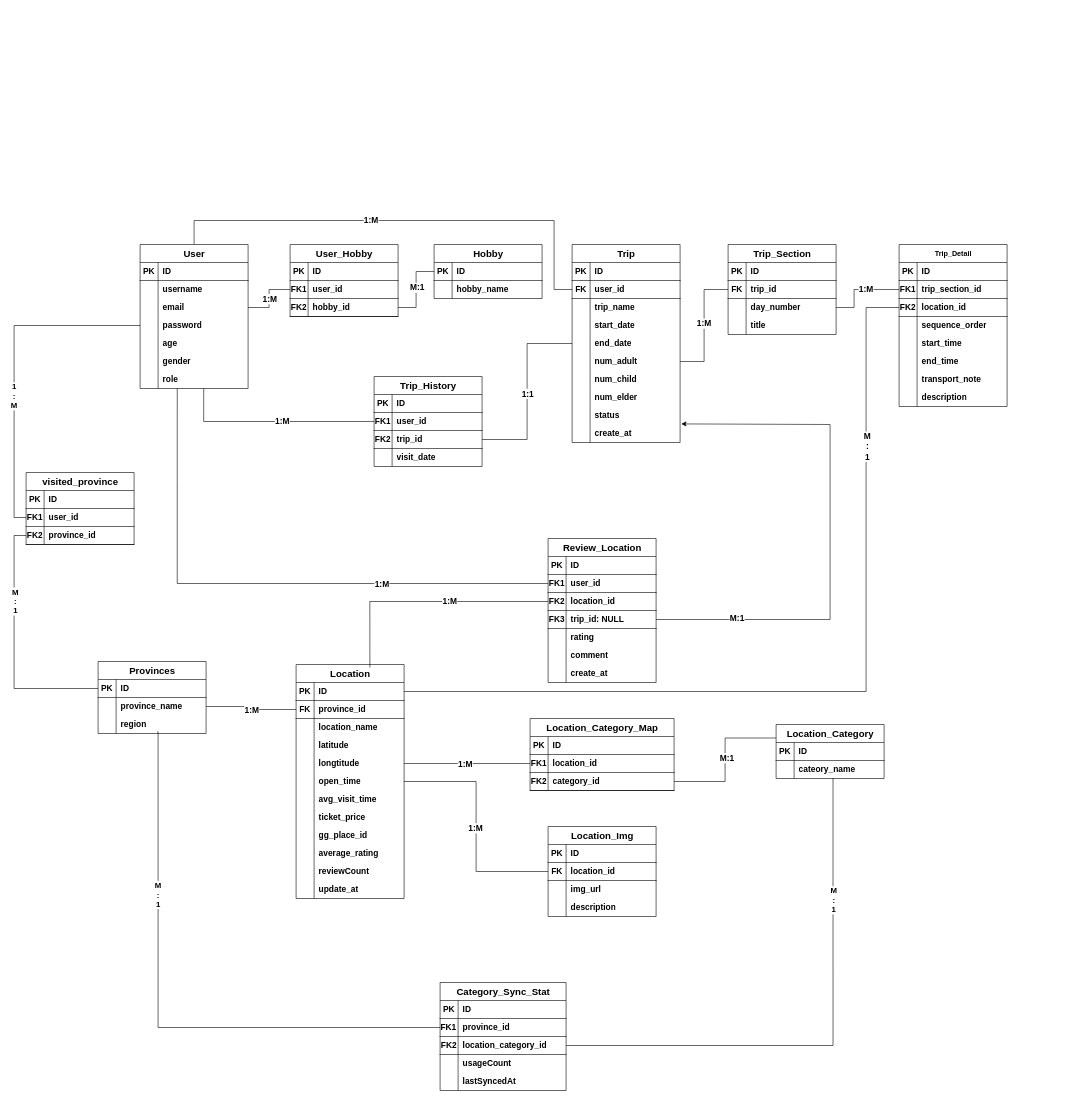
The draw.io diagram Database_Design/database.drawio in Quanbro07/Loko-Project, before the edit. Source tidied: cells renumbered, new cells numbered last; positions are measured from the earlier drawing's top-left corner, leaving out a move shared by most shapes. Both pictures are drawn from the tidied source at 60%, with x=0, y=0 at pixel (26, 220).
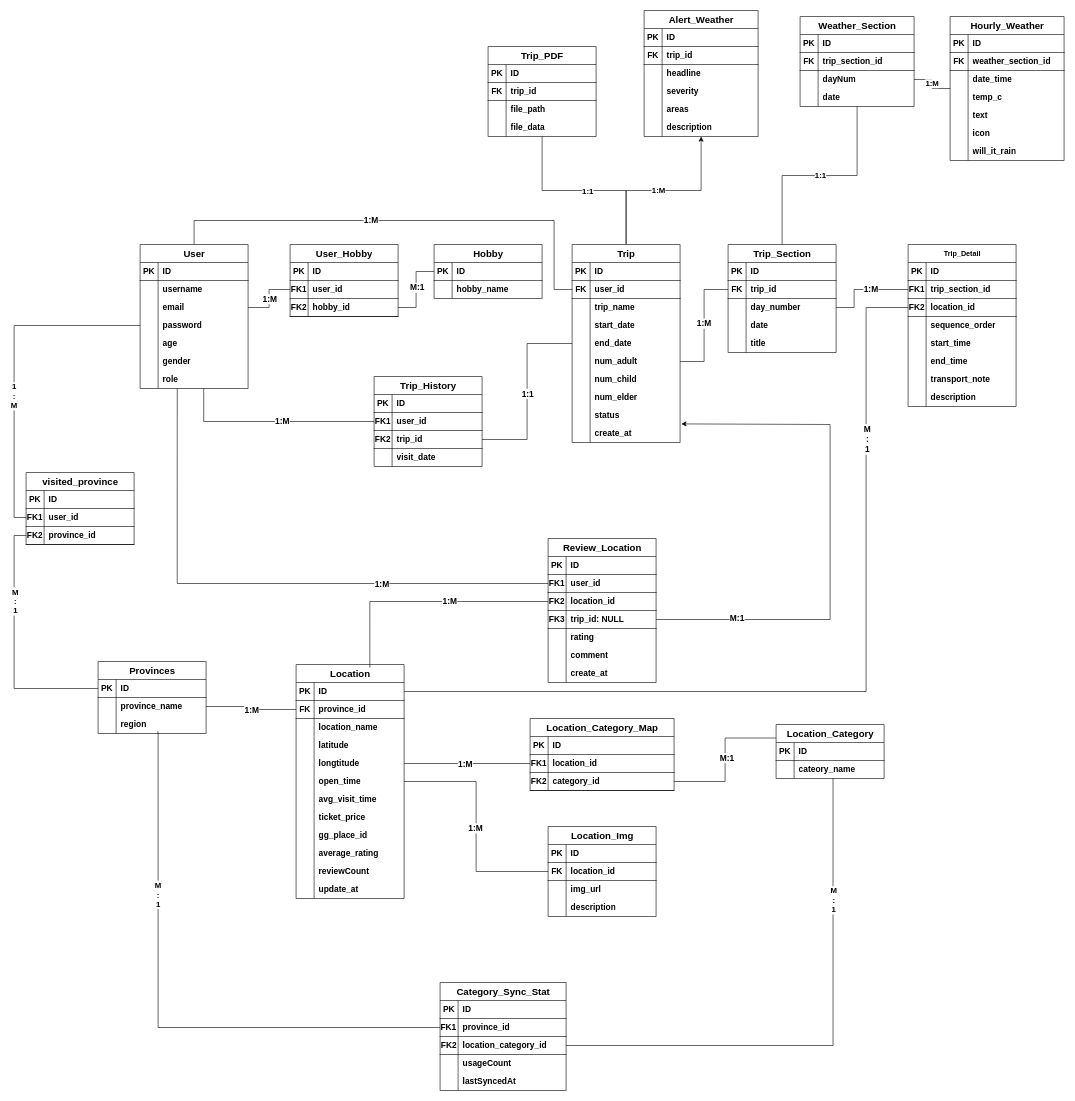
After the change.

The change refers to these unchanged cells:
```xml
<mxCell id="107" value="&lt;font style=&quot;font-size: 16px;&quot;&gt;Trip&lt;/font&gt;" style="shape=table;startSize=30;childLayout=tableLayout;rowLines=0;fontStyle=1;align=center;html=1;" parent="1" vertex="1">
  <mxGeometry x="910" y="40" width="180" height="330" as="geometry" />
</mxCell>
<mxCell id="148" style="shape=tableRow;horizontal=0;startSize=0;swimlaneHead=0;swimlaneBody=0;fillColor=none;top=0;left=0;right=0;bottom=0;" parent="138" vertex="1">
  <mxGeometry y="120" width="180" height="30" as="geometry" />
</mxCell>
```

Change to the diagram source:
```diff
@@
+    <mxCell id="286" style="edgeStyle=orthogonalEdgeStyle;rounded=0;jettySize=auto;html=1;exitX=0.5;exitY=0;exitDx=0;exitDy=0;entryX=0.5;entryY=1;entryDx=0;entryDy=0;strokeWidth=1;endArrow=none;endFill=0;" parent="1" edge="1" source="107" target="295">
+      <mxGeometry relative="1" as="geometry" />
+    </mxCell>
+    <mxCell id="287" value="&lt;span style=&quot;font-size: 13px;&quot;&gt;&lt;b&gt;1:1&lt;/b&gt;&lt;/span&gt;" style="edgeLabel;html=1;align=center;verticalAlign=middle;" parent="286" vertex="1">
+      <mxGeometry x="-0.03" y="1" relative="1" as="geometry" />
+    </mxCell>
+    <mxCell id="288" style="edgeStyle=orthogonalEdgeStyle;rounded=0;jettySize=auto;html=1;exitX=0.5;exitY=0;exitDx=0;exitDy=0;" parent="1" edge="1" source="107" target="345">
+      <mxGeometry relative="1" as="geometry" />
+    </mxCell>
+    <mxCell id="289" value="&lt;b&gt;&lt;font style=&quot;font-size: 13px;&quot;&gt;1:M&lt;/font&gt;&lt;/b&gt;" style="edgeLabel;html=1;align=center;verticalAlign=middle;" parent="288" vertex="1">
+      <mxGeometry x="-0.06" y="1" relative="1" as="geometry" />
+    </mxCell>
@@
+    <mxCell id="290" style="edgeStyle=orthogonalEdgeStyle;rounded=0;jettySize=auto;html=1;exitX=0.5;exitY=0;exitDx=0;exitDy=0;endArrow=none;endFill=0;" parent="1" edge="1" source="138" target="308">
+      <mxGeometry relative="1" as="geometry" />
+    </mxCell>
+    <mxCell id="291" value="&lt;span style=&quot;font-size: 13px;&quot;&gt;&lt;b&gt;1:1&lt;/b&gt;&lt;/span&gt;" style="edgeLabel;html=1;align=center;verticalAlign=middle;" parent="290" vertex="1">
+      <mxGeometry y="1" relative="1" as="geometry" />
+    </mxCell>
     <mxCell id="138" value="&lt;font style=&quot;font-size: 16px;&quot;&gt;Trip_Section&lt;/font&gt;" style="shape=table;startSize=30;childLayout=tableLayout;rowLines=0;fontStyle=1;align=center;html=1;" parent="1" vertex="1">
-      <mxGeometry x="1170" y="40" width="180" height="150" as="geometry" />
+      <mxGeometry x="1170" y="40" width="180" height="180" as="geometry" />
     </mxCell>
@@
-    <mxCell id="150" value="title" style="shape=partialRectangle;fillColor=none;top=0;left=0;bottom=0;right=0;align=left;spacingLeft=6;overflow=hidden;whiteSpace=wrap;html=1;fontStyle=1;fontSize=14;" parent="148" vertex="1">
+    <mxCell id="150" value="date" style="shape=partialRectangle;fillColor=none;top=0;left=0;bottom=0;right=0;align=left;spacingLeft=6;overflow=hidden;whiteSpace=wrap;html=1;fontStyle=1;fontSize=14;" parent="148" vertex="1">
       <mxGeometry x="30" width="150" height="30" as="geometry" />
     </mxCell>
+    <mxCell id="292" style="shape=tableRow;horizontal=0;startSize=0;swimlaneHead=0;swimlaneBody=0;fillColor=none;top=0;left=0;right=0;bottom=0;" parent="138" vertex="1">
+      <mxGeometry y="150" width="180" height="30" as="geometry" />
+    </mxCell>
+    <mxCell id="293" style="shape=partialRectangle;fillColor=none;top=0;left=0;bottom=0;right=0;overflow=hidden;whiteSpace=wrap;html=1;" parent="292" vertex="1">
+      <mxGeometry width="30" height="30" as="geometry" />
+    </mxCell>
+    <mxCell id="294" value="title" style="shape=partialRectangle;fillColor=none;top=0;left=0;bottom=0;right=0;align=left;spacingLeft=6;overflow=hidden;whiteSpace=wrap;html=1;fontStyle=1;fontSize=14;" parent="292" vertex="1">
+      <mxGeometry x="30" width="150" height="30" as="geometry" />
+    </mxCell>
     <mxCell id="151" value="Trip_Detail" style="shape=table;startSize=30;childLayout=tableLayout;rowLines=0;fontStyle=1;align=center;html=1;" parent="1" vertex="1">
-      <mxGeometry x="1455" y="40" width="180" height="270" as="geometry" />
+      <mxGeometry x="1470" y="40" width="180" height="270" as="geometry" />
     </mxCell>
@@
+    <mxCell id="295" value="&lt;font style=&quot;font-size: 16px;&quot;&gt;Trip_PDF&lt;/font&gt;" style="shape=table;startSize=30;childLayout=tableLayout;rowLines=0;fontStyle=1;align=center;html=1;" parent="1" vertex="1">
+      <mxGeometry x="770" y="-290" width="180" height="150" as="geometry" />
+    </mxCell>
+    <mxCell id="296" style="shape=tableRow;horizontal=0;startSize=0;swimlaneHead=0;swimlaneBody=0;fillColor=none;top=0;left=0;right=0;bottom=1;" parent="295" vertex="1">
+      <mxGeometry y="30" width="180" height="30" as="geometry" />
+    </mxCell>
+    <mxCell id="297" value="PK" style="shape=partialRectangle;fillColor=none;top=0;left=0;bottom=0;right=0;fontStyle=1;overflow=hidden;whiteSpace=wrap;html=1;fontSize=14;" parent="296" vertex="1">
+      <mxGeometry width="30" height="30" as="geometry" />
+    </mxCell>
+    <mxCell id="298" value="ID" style="shape=partialRectangle;fillColor=none;top=0;left=0;bottom=0;right=0;align=left;spacingLeft=6;fontStyle=1;overflow=hidden;whiteSpace=wrap;html=1;fontSize=14;" parent="296" vertex="1">
+      <mxGeometry x="30" width="150" height="30" as="geometry" />
+    </mxCell>
+    <mxCell id="299" style="shape=tableRow;horizontal=0;startSize=0;swimlaneHead=0;swimlaneBody=0;fillColor=none;top=0;left=0;right=0;bottom=1;" parent="295" vertex="1">
+      <mxGeometry y="60" width="180" height="30" as="geometry" />
+    </mxCell>
+    <mxCell id="300" value="FK" style="shape=partialRectangle;fillColor=none;top=0;left=0;bottom=0;right=0;fontStyle=1;overflow=hidden;whiteSpace=wrap;html=1;fontSize=14;" parent="299" vertex="1">
+      <mxGeometry width="30" height="30" as="geometry" />
+    </mxCell>
+    <mxCell id="301" value="trip_id" style="shape=partialRectangle;fillColor=none;top=0;left=0;bottom=0;right=0;align=left;spacingLeft=6;fontStyle=1;overflow=hidden;whiteSpace=wrap;html=1;fontSize=14;" parent="299" vertex="1">
+      <mxGeometry x="30" width="150" height="30" as="geometry" />
+    </mxCell>
+    <mxCell id="302" style="shape=tableRow;horizontal=0;startSize=0;swimlaneHead=0;swimlaneBody=0;fillColor=none;top=0;left=0;right=0;bottom=0;" parent="295" vertex="1">
+      <mxGeometry y="90" width="180" height="30" as="geometry" />
+    </mxCell>
+    <mxCell id="303" style="shape=partialRectangle;fillColor=none;top=0;left=0;bottom=0;right=0;overflow=hidden;whiteSpace=wrap;html=1;" parent="302" vertex="1">
+      <mxGeometry width="30" height="30" as="geometry" />
+    </mxCell>
+    <mxCell id="304" value="file_path" style="shape=partialRectangle;fillColor=none;top=0;left=0;bottom=0;right=0;align=left;spacingLeft=6;overflow=hidden;whiteSpace=wrap;html=1;fontStyle=1;fontSize=14;" parent="302" vertex="1">
+      <mxGeometry x="30" width="150" height="30" as="geometry" />
+    </mxCell>
+    <mxCell id="305" style="shape=tableRow;horizontal=0;startSize=0;swimlaneHead=0;swimlaneBody=0;fillColor=none;top=0;left=0;right=0;bottom=0;" parent="295" vertex="1">
+      <mxGeometry y="120" width="180" height="30" as="geometry" />
+    </mxCell>
+    <mxCell id="306" style="shape=partialRectangle;fillColor=none;top=0;left=0;bottom=0;right=0;overflow=hidden;whiteSpace=wrap;html=1;" parent="305" vertex="1">
+      <mxGeometry width="30" height="30" as="geometry" />
+    </mxCell>
+    <mxCell id="307" value="file_data" style="shape=partialRectangle;fillColor=none;top=0;left=0;bottom=0;right=0;align=left;spacingLeft=6;overflow=hidden;whiteSpace=wrap;html=1;fontStyle=1;fontSize=14;" parent="305" vertex="1">
+      <mxGeometry x="30" width="150" height="30" as="geometry" />
+    </mxCell>
+    <mxCell id="308" value="&lt;font style=&quot;font-size: 16px;&quot;&gt;Weather_Section&lt;/font&gt;" style="shape=table;startSize=30;childLayout=tableLayout;rowLines=0;fontStyle=1;align=center;html=1;" parent="1" vertex="1">
+      <mxGeometry x="1290" y="-340" width="190" height="150" as="geometry" />
+    </mxCell>
+    <mxCell id="309" style="shape=tableRow;horizontal=0;startSize=0;swimlaneHead=0;swimlaneBody=0;fillColor=none;top=0;left=0;right=0;bottom=1;" parent="308" vertex="1">
+      <mxGeometry y="30" width="190" height="30" as="geometry" />
+    </mxCell>
+    <mxCell id="310" value="PK" style="shape=partialRectangle;fillColor=none;top=0;left=0;bottom=0;right=0;fontStyle=1;overflow=hidden;whiteSpace=wrap;html=1;fontSize=14;" parent="309" vertex="1">
+      <mxGeometry width="30" height="30" as="geometry" />
+    </mxCell>
+    <mxCell id="311" value="ID" style="shape=partialRectangle;fillColor=none;top=0;left=0;bottom=0;right=0;align=left;spacingLeft=6;fontStyle=1;overflow=hidden;whiteSpace=wrap;html=1;fontSize=14;" parent="309" vertex="1">
+      <mxGeometry x="30" width="160" height="30" as="geometry" />
+    </mxCell>
+    <mxCell id="312" style="shape=tableRow;horizontal=0;startSize=0;swimlaneHead=0;swimlaneBody=0;fillColor=none;top=0;left=0;right=0;bottom=1;" parent="308" vertex="1">
+      <mxGeometry y="60" width="190" height="30" as="geometry" />
+    </mxCell>
+    <mxCell id="313" value="FK" style="shape=partialRectangle;fillColor=none;top=0;left=0;bottom=0;right=0;fontStyle=1;overflow=hidden;whiteSpace=wrap;html=1;fontSize=14;" parent="312" vertex="1">
+      <mxGeometry width="30" height="30" as="geometry" />
+    </mxCell>
+    <mxCell id="314" value="trip_section_id" style="shape=partialRectangle;fillColor=none;top=0;left=0;bottom=0;right=0;align=left;spacingLeft=6;fontStyle=1;overflow=hidden;whiteSpace=wrap;html=1;fontSize=14;" parent="312" vertex="1">
+      <mxGeometry x="30" width="160" height="30" as="geometry" />
+    </mxCell>
+    <mxCell id="315" style="shape=tableRow;horizontal=0;startSize=0;swimlaneHead=0;swimlaneBody=0;fillColor=none;points=[[0,0.5],[1,0.5]];portConstraint=eastwest;top=0;left=0;right=0;bottom=0;" parent="308" vertex="1">
+      <mxGeometry y="90" width="190" height="30" as="geometry" />
+    </mxCell>
+    <mxCell id="316" style="shape=partialRectangle;fillColor=none;top=0;left=0;bottom=0;right=0;overflow=hidden;whiteSpace=wrap;html=1;" parent="315" vertex="1">
+      <mxGeometry width="30" height="30" as="geometry" />
+    </mxCell>
+    <mxCell id="317" value="dayNum" style="shape=partialRectangle;fillColor=none;top=0;left=0;bottom=0;right=0;align=left;spacingLeft=6;overflow=hidden;whiteSpace=wrap;html=1;fontStyle=1;fontSize=14;" parent="315" vertex="1">
+      <mxGeometry x="30" width="160" height="30" as="geometry" />
+    </mxCell>
+    <mxCell id="318" style="shape=tableRow;horizontal=0;startSize=0;swimlaneHead=0;swimlaneBody=0;fillColor=none;top=0;left=0;right=0;bottom=0;" parent="308" vertex="1">
+      <mxGeometry y="120" width="190" height="30" as="geometry" />
+    </mxCell>
+    <mxCell id="319" style="shape=partialRectangle;fillColor=none;top=0;left=0;bottom=0;right=0;overflow=hidden;whiteSpace=wrap;html=1;" parent="318" vertex="1">
+      <mxGeometry width="30" height="30" as="geometry" />
+    </mxCell>
+    <mxCell id="320" value="date" style="shape=partialRectangle;fillColor=none;top=0;left=0;bottom=0;right=0;align=left;spacingLeft=6;overflow=hidden;whiteSpace=wrap;html=1;fontStyle=1;fontSize=14;" parent="318" vertex="1">
+      <mxGeometry x="30" width="160" height="30" as="geometry" />
+    </mxCell>
+    <mxCell id="321" value="&lt;font style=&quot;font-size: 16px;&quot;&gt;Hourly_Weather&lt;/font&gt;" style="shape=table;startSize=30;childLayout=tableLayout;rowLines=0;fontStyle=1;align=center;html=1;" parent="1" vertex="1">
+      <mxGeometry x="1540" y="-340" width="190" height="240" as="geometry" />
+    </mxCell>
+    <mxCell id="322" style="shape=tableRow;horizontal=0;startSize=0;swimlaneHead=0;swimlaneBody=0;fillColor=none;top=0;left=0;right=0;bottom=1;" parent="321" vertex="1">
+      <mxGeometry y="30" width="190" height="30" as="geometry" />
+    </mxCell>
+    <mxCell id="323" value="PK" style="shape=partialRectangle;fillColor=none;top=0;left=0;bottom=0;right=0;fontStyle=1;overflow=hidden;whiteSpace=wrap;html=1;fontSize=14;" parent="322" vertex="1">
+      <mxGeometry width="30" height="30" as="geometry" />
+    </mxCell>
+    <mxCell id="324" value="ID" style="shape=partialRectangle;fillColor=none;top=0;left=0;bottom=0;right=0;align=left;spacingLeft=6;fontStyle=1;overflow=hidden;whiteSpace=wrap;html=1;fontSize=14;" parent="322" vertex="1">
+      <mxGeometry x="30" width="160" height="30" as="geometry" />
+    </mxCell>
+    <mxCell id="325" style="shape=tableRow;horizontal=0;startSize=0;swimlaneHead=0;swimlaneBody=0;fillColor=none;top=0;left=0;right=0;bottom=1;" parent="321" vertex="1">
+      <mxGeometry y="60" width="190" height="30" as="geometry" />
+    </mxCell>
+    <mxCell id="326" value="FK" style="shape=partialRectangle;fillColor=none;top=0;left=0;bottom=0;right=0;fontStyle=1;overflow=hidden;whiteSpace=wrap;html=1;fontSize=14;" parent="325" vertex="1">
+      <mxGeometry width="30" height="30" as="geometry" />
+    </mxCell>
+    <mxCell id="327" value="weather_section_id" style="shape=partialRectangle;fillColor=none;top=0;left=0;bottom=0;right=0;align=left;spacingLeft=6;fontStyle=1;overflow=hidden;whiteSpace=wrap;html=1;fontSize=14;" parent="325" vertex="1">
+      <mxGeometry x="30" width="160" height="30" as="geometry" />
+    </mxCell>
+    <mxCell id="328" style="shape=tableRow;horizontal=0;startSize=0;swimlaneHead=0;swimlaneBody=0;fillColor=none;top=0;left=0;right=0;bottom=0;" parent="321" vertex="1">
+      <mxGeometry y="90" width="190" height="30" as="geometry" />
+    </mxCell>
+    <mxCell id="329" style="shape=partialRectangle;fillColor=none;top=0;left=0;bottom=0;right=0;overflow=hidden;whiteSpace=wrap;html=1;" parent="328" vertex="1">
+      <mxGeometry width="30" height="30" as="geometry" />
+    </mxCell>
+    <mxCell id="330" value="date_time" style="shape=partialRectangle;fillColor=none;top=0;left=0;bottom=0;right=0;align=left;spacingLeft=6;overflow=hidden;whiteSpace=wrap;html=1;fontStyle=1;fontSize=14;" parent="328" vertex="1">
+      <mxGeometry x="30" width="160" height="30" as="geometry" />
+    </mxCell>
+    <mxCell id="331" style="shape=tableRow;horizontal=0;startSize=0;swimlaneHead=0;swimlaneBody=0;fillColor=none;top=0;left=0;right=0;bottom=0;" parent="321" vertex="1">
+      <mxGeometry y="120" width="190" height="30" as="geometry" />
+    </mxCell>
+    <mxCell id="332" style="shape=partialRectangle;fillColor=none;top=0;left=0;bottom=0;right=0;overflow=hidden;whiteSpace=wrap;html=1;" parent="331" vertex="1">
+      <mxGeometry width="30" height="30" as="geometry" />
+    </mxCell>
+    <mxCell id="333" value="temp_c" style="shape=partialRectangle;fillColor=none;top=0;left=0;bottom=0;right=0;align=left;spacingLeft=6;overflow=hidden;whiteSpace=wrap;html=1;fontStyle=1;fontSize=14;" parent="331" vertex="1">
+      <mxGeometry x="30" width="160" height="30" as="geometry" />
+    </mxCell>
+    <mxCell id="334" style="shape=tableRow;horizontal=0;startSize=0;swimlaneHead=0;swimlaneBody=0;fillColor=none;top=0;left=0;right=0;bottom=0;" parent="321" vertex="1">
+      <mxGeometry y="150" width="190" height="30" as="geometry" />
+    </mxCell>
+    <mxCell id="335" style="shape=partialRectangle;fillColor=none;top=0;left=0;bottom=0;right=0;overflow=hidden;whiteSpace=wrap;html=1;" parent="334" vertex="1">
+      <mxGeometry width="30" height="30" as="geometry" />
+    </mxCell>
+    <mxCell id="336" value="text" style="shape=partialRectangle;fillColor=none;top=0;left=0;bottom=0;right=0;align=left;spacingLeft=6;overflow=hidden;whiteSpace=wrap;html=1;fontStyle=1;fontSize=14;" parent="334" vertex="1">
+      <mxGeometry x="30" width="160" height="30" as="geometry" />
+    </mxCell>
+    <mxCell id="337" style="shape=tableRow;horizontal=0;startSize=0;swimlaneHead=0;swimlaneBody=0;fillColor=none;top=0;left=0;right=0;bottom=0;" parent="321" vertex="1">
+      <mxGeometry y="180" width="190" height="30" as="geometry" />
+    </mxCell>
+    <mxCell id="338" style="shape=partialRectangle;fillColor=none;top=0;left=0;bottom=0;right=0;overflow=hidden;whiteSpace=wrap;html=1;" parent="337" vertex="1">
+      <mxGeometry width="30" height="30" as="geometry" />
+    </mxCell>
+    <mxCell id="339" value="icon" style="shape=partialRectangle;fillColor=none;top=0;left=0;bottom=0;right=0;align=left;spacingLeft=6;overflow=hidden;whiteSpace=wrap;html=1;fontStyle=1;fontSize=14;" parent="337" vertex="1">
+      <mxGeometry x="30" width="160" height="30" as="geometry" />
+    </mxCell>
+    <mxCell id="340" style="shape=tableRow;horizontal=0;startSize=0;swimlaneHead=0;swimlaneBody=0;fillColor=none;top=0;left=0;right=0;bottom=0;" parent="321" vertex="1">
+      <mxGeometry y="210" width="190" height="30" as="geometry" />
+    </mxCell>
+    <mxCell id="341" style="shape=partialRectangle;fillColor=none;top=0;left=0;bottom=0;right=0;overflow=hidden;whiteSpace=wrap;html=1;" parent="340" vertex="1">
+      <mxGeometry width="30" height="30" as="geometry" />
+    </mxCell>
+    <mxCell id="342" value="will_it_rain" style="shape=partialRectangle;fillColor=none;top=0;left=0;bottom=0;right=0;align=left;spacingLeft=6;overflow=hidden;whiteSpace=wrap;html=1;fontStyle=1;fontSize=14;" parent="340" vertex="1">
+      <mxGeometry x="30" width="160" height="30" as="geometry" />
+    </mxCell>
+    <mxCell id="343" style="edgeStyle=orthogonalEdgeStyle;rounded=0;jettySize=auto;html=1;exitX=1;exitY=0.5;exitDx=0;exitDy=0;entryX=0;entryY=0.5;entryDx=0;entryDy=0;strokeWidth=1;endArrow=none;endFill=0;" parent="1" edge="1" source="315" target="321">
+      <mxGeometry relative="1" as="geometry" />
+    </mxCell>
+    <mxCell id="344" value="&lt;b&gt;&lt;font style=&quot;font-size: 13px;&quot;&gt;1:M&lt;/font&gt;&lt;/b&gt;" style="edgeLabel;html=1;align=center;verticalAlign=middle;" parent="343" vertex="1">
+      <mxGeometry x="-0.03" y="-1" relative="1" as="geometry" />
+    </mxCell>
+    <mxCell id="345" value="&lt;font style=&quot;font-size: 16px;&quot;&gt;Alert_Weather&lt;/font&gt;" style="shape=table;startSize=30;childLayout=tableLayout;rowLines=0;fontStyle=1;align=center;html=1;" parent="1" vertex="1">
+      <mxGeometry x="1030" y="-350" width="190" height="210" as="geometry" />
+    </mxCell>
+    <mxCell id="346" style="shape=tableRow;horizontal=0;startSize=0;swimlaneHead=0;swimlaneBody=0;fillColor=none;top=0;left=0;right=0;bottom=1;" parent="345" vertex="1">
+      <mxGeometry y="30" width="190" height="30" as="geometry" />
+    </mxCell>
+    <mxCell id="347" value="PK" style="shape=partialRectangle;fillColor=none;top=0;left=0;bottom=0;right=0;fontStyle=1;overflow=hidden;whiteSpace=wrap;html=1;fontSize=14;" parent="346" vertex="1">
+      <mxGeometry width="30" height="30" as="geometry" />
+    </mxCell>
+    <mxCell id="348" value="ID" style="shape=partialRectangle;fillColor=none;top=0;left=0;bottom=0;right=0;align=left;spacingLeft=6;fontStyle=1;overflow=hidden;whiteSpace=wrap;html=1;fontSize=14;" parent="346" vertex="1">
+      <mxGeometry x="30" width="160" height="30" as="geometry" />
+    </mxCell>
+    <mxCell id="349" style="shape=tableRow;horizontal=0;startSize=0;swimlaneHead=0;swimlaneBody=0;fillColor=none;top=0;left=0;right=0;bottom=1;" parent="345" vertex="1">
+      <mxGeometry y="60" width="190" height="30" as="geometry" />
+    </mxCell>
+    <mxCell id="350" value="FK" style="shape=partialRectangle;fillColor=none;top=0;left=0;bottom=0;right=0;fontStyle=1;overflow=hidden;whiteSpace=wrap;html=1;fontSize=14;" parent="349" vertex="1">
+      <mxGeometry width="30" height="30" as="geometry" />
+    </mxCell>
+    <mxCell id="351" value="trip_id" style="shape=partialRectangle;fillColor=none;top=0;left=0;bottom=0;right=0;align=left;spacingLeft=6;fontStyle=1;overflow=hidden;whiteSpace=wrap;html=1;fontSize=14;" parent="349" vertex="1">
+      <mxGeometry x="30" width="160" height="30" as="geometry" />
+    </mxCell>
+    <mxCell id="352" style="shape=tableRow;horizontal=0;startSize=0;swimlaneHead=0;swimlaneBody=0;fillColor=none;top=0;left=0;right=0;bottom=0;" parent="345" vertex="1">
+      <mxGeometry y="90" width="190" height="30" as="geometry" />
+    </mxCell>
+    <mxCell id="353" style="shape=partialRectangle;fillColor=none;top=0;left=0;bottom=0;right=0;overflow=hidden;whiteSpace=wrap;html=1;" parent="352" vertex="1">
+      <mxGeometry width="30" height="30" as="geometry" />
+    </mxCell>
+    <mxCell id="354" value="headline" style="shape=partialRectangle;fillColor=none;top=0;left=0;bottom=0;right=0;align=left;spacingLeft=6;overflow=hidden;whiteSpace=wrap;html=1;fontStyle=1;fontSize=14;" parent="352" vertex="1">
+      <mxGeometry x="30" width="160" height="30" as="geometry" />
+    </mxCell>
+    <mxCell id="355" style="shape=tableRow;horizontal=0;startSize=0;swimlaneHead=0;swimlaneBody=0;fillColor=none;top=0;left=0;right=0;bottom=0;" parent="345" vertex="1">
+      <mxGeometry y="120" width="190" height="30" as="geometry" />
+    </mxCell>
+    <mxCell id="356" style="shape=partialRectangle;fillColor=none;top=0;left=0;bottom=0;right=0;overflow=hidden;whiteSpace=wrap;html=1;" parent="355" vertex="1">
+      <mxGeometry width="30" height="30" as="geometry" />
+    </mxCell>
+    <mxCell id="357" value="severity" style="shape=partialRectangle;fillColor=none;top=0;left=0;bottom=0;right=0;align=left;spacingLeft=6;overflow=hidden;whiteSpace=wrap;html=1;fontStyle=1;fontSize=14;" parent="355" vertex="1">
+      <mxGeometry x="30" width="160" height="30" as="geometry" />
+    </mxCell>
+    <mxCell id="358" style="shape=tableRow;horizontal=0;startSize=0;swimlaneHead=0;swimlaneBody=0;fillColor=none;top=0;left=0;right=0;bottom=0;" parent="345" vertex="1">
+      <mxGeometry y="150" width="190" height="30" as="geometry" />
+    </mxCell>
+    <mxCell id="359" style="shape=partialRectangle;fillColor=none;top=0;left=0;bottom=0;right=0;overflow=hidden;whiteSpace=wrap;html=1;" parent="358" vertex="1">
+      <mxGeometry width="30" height="30" as="geometry" />
+    </mxCell>
+    <mxCell id="360" value="areas" style="shape=partialRectangle;fillColor=none;top=0;left=0;bottom=0;right=0;align=left;spacingLeft=6;overflow=hidden;whiteSpace=wrap;html=1;fontStyle=1;fontSize=14;" parent="358" vertex="1">
+      <mxGeometry x="30" width="160" height="30" as="geometry" />
+    </mxCell>
+    <mxCell id="361" style="shape=tableRow;horizontal=0;startSize=0;swimlaneHead=0;swimlaneBody=0;fillColor=none;top=0;left=0;right=0;bottom=0;" parent="345" vertex="1">
+      <mxGeometry y="180" width="190" height="30" as="geometry" />
+    </mxCell>
+    <mxCell id="362" style="shape=partialRectangle;fillColor=none;top=0;left=0;bottom=0;right=0;overflow=hidden;whiteSpace=wrap;html=1;" parent="361" vertex="1">
+      <mxGeometry width="30" height="30" as="geometry" />
+    </mxCell>
+    <mxCell id="363" value="description" style="shape=partialRectangle;fillColor=none;top=0;left=0;bottom=0;right=0;align=left;spacingLeft=6;overflow=hidden;whiteSpace=wrap;html=1;fontStyle=1;fontSize=14;" parent="361" vertex="1">
+      <mxGeometry x="30" width="160" height="30" as="geometry" />
+    </mxCell>
```
